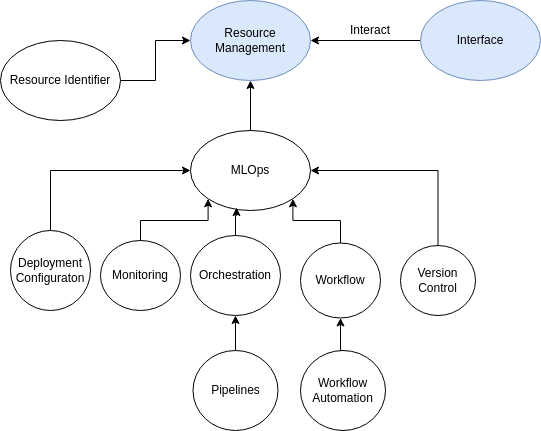
The draw.io diagram thematic_analysis/diagrams/exports/ResourceManagement.drawio.png in ruizsalvat/Master-Project-Information-Sciences, before a commit. Source tidied: cells renumbered, new cells last; positions are measured from the earlier drawing's top-left corner, leaving out a move shared by most shapes. The source it was exported from:
```xml
<mxGraphModel>
  <root>
    <mxCell id="0" />
    <mxCell id="1" parent="0" />
    <mxCell id="2" value="Resource Management" style="ellipse;whiteSpace=wrap;html=1;fillColor=#dae8fc;strokeColor=#6c8ebf;" parent="1" vertex="1">
      <mxGeometry x="190" width="120" height="80" as="geometry" />
    </mxCell>
    <mxCell id="3" style="edgeStyle=orthogonalEdgeStyle;rounded=0;jettySize=auto;html=1;entryX=0.5;entryY=1;entryDx=0;entryDy=0;exitX=0.5;exitY=0;exitDx=0;exitDy=0;" parent="1" edge="1" source="4" target="2">
      <mxGeometry relative="1" as="geometry" />
    </mxCell>
    <mxCell id="4" value="MLOps" style="ellipse;whiteSpace=wrap;html=1;" parent="1" vertex="1">
      <mxGeometry x="190" y="130" width="120" height="80" as="geometry" />
    </mxCell>
    <mxCell id="5" style="edgeStyle=orthogonalEdgeStyle;rounded=0;jettySize=auto;html=1;entryX=0;entryY=0.5;entryDx=0;entryDy=0;" parent="1" edge="1" source="6" target="2">
      <mxGeometry relative="1" as="geometry" />
    </mxCell>
    <mxCell id="6" value="Resource Identifier" style="ellipse;whiteSpace=wrap;html=1;" parent="1" vertex="1">
      <mxGeometry y="40" width="120" height="80" as="geometry" />
    </mxCell>
    <mxCell id="7" style="edgeStyle=orthogonalEdgeStyle;rounded=0;jettySize=auto;html=1;entryX=0;entryY=1;entryDx=0;entryDy=0;" parent="1" edge="1" source="8" target="4">
      <mxGeometry relative="1" as="geometry">
        <Array as="points">
          <mxPoint x="140" y="220" />
          <mxPoint x="208" y="220" />
        </Array>
      </mxGeometry>
    </mxCell>
    <mxCell id="8" value="Monitoring" style="ellipse;whiteSpace=wrap;html=1;" parent="1" vertex="1">
      <mxGeometry x="100" y="240" width="80" height="70" as="geometry" />
    </mxCell>
    <mxCell id="9" style="edgeStyle=orthogonalEdgeStyle;rounded=0;jettySize=auto;html=1;entryX=1;entryY=0.5;entryDx=0;entryDy=0;exitX=0.5;exitY=0;exitDx=0;exitDy=0;" parent="1" edge="1" source="10" target="4">
      <mxGeometry relative="1" as="geometry">
        <Array as="points">
          <mxPoint x="438" y="170" />
        </Array>
      </mxGeometry>
    </mxCell>
    <mxCell id="10" value="Version Control" style="ellipse;whiteSpace=wrap;html=1;" parent="1" vertex="1">
      <mxGeometry x="400" y="245" width="75" height="70" as="geometry" />
    </mxCell>
    <mxCell id="11" value="Orchestration" style="ellipse;whiteSpace=wrap;html=1;" parent="1" vertex="1">
      <mxGeometry x="190" y="235" width="90" height="80" as="geometry" />
    </mxCell>
    <mxCell id="12" style="edgeStyle=orthogonalEdgeStyle;rounded=0;jettySize=auto;html=1;exitX=0.5;exitY=0;exitDx=0;exitDy=0;entryX=0.5;entryY=1;entryDx=0;entryDy=0;" parent="1" edge="1" source="13" target="11">
      <mxGeometry relative="1" as="geometry" />
    </mxCell>
    <mxCell id="13" value="Pipelines" style="ellipse;whiteSpace=wrap;html=1;" parent="1" vertex="1">
      <mxGeometry x="192.5" y="350" width="85" height="80" as="geometry" />
    </mxCell>
    <mxCell id="14" style="edgeStyle=orthogonalEdgeStyle;rounded=0;jettySize=auto;html=1;entryX=1;entryY=1;entryDx=0;entryDy=0;" parent="1" edge="1" source="15" target="4">
      <mxGeometry relative="1" as="geometry">
        <Array as="points">
          <mxPoint x="340" y="220" />
          <mxPoint x="292" y="220" />
        </Array>
      </mxGeometry>
    </mxCell>
    <mxCell id="15" value="Workflow" style="ellipse;whiteSpace=wrap;html=1;" parent="1" vertex="1">
      <mxGeometry x="300" y="242.5" width="80" height="75" as="geometry" />
    </mxCell>
    <mxCell id="16" style="edgeStyle=orthogonalEdgeStyle;rounded=0;jettySize=auto;html=1;exitX=0.5;exitY=0;exitDx=0;exitDy=0;entryX=0;entryY=0.5;entryDx=0;entryDy=0;" parent="1" edge="1" source="17" target="4">
      <mxGeometry relative="1" as="geometry" />
    </mxCell>
    <mxCell id="17" value="Deployment Configuraton" style="ellipse;whiteSpace=wrap;html=1;" parent="1" vertex="1">
      <mxGeometry x="10" y="230" width="80" height="80" as="geometry" />
    </mxCell>
    <mxCell id="18" style="edgeStyle=orthogonalEdgeStyle;rounded=0;jettySize=auto;html=1;exitX=0.5;exitY=0;exitDx=0;exitDy=0;entryX=0.5;entryY=1;entryDx=0;entryDy=0;" parent="1" edge="1" source="19" target="15">
      <mxGeometry relative="1" as="geometry" />
    </mxCell>
    <mxCell id="19" value="Workflow Automation" style="ellipse;whiteSpace=wrap;html=1;" parent="1" vertex="1">
      <mxGeometry x="300" y="350" width="85" height="80" as="geometry" />
    </mxCell>
    <mxCell id="20" style="edgeStyle=orthogonalEdgeStyle;rounded=0;jettySize=auto;html=1;entryX=0.383;entryY=0.963;entryDx=0;entryDy=0;entryPerimeter=0;" parent="1" edge="1" source="11" target="4">
      <mxGeometry relative="1" as="geometry" />
    </mxCell>
    <mxCell id="21" style="edgeStyle=orthogonalEdgeStyle;rounded=0;jettySize=auto;html=1;entryX=1;entryY=0.5;entryDx=0;entryDy=0;" parent="1" edge="1" source="22" target="2">
      <mxGeometry relative="1" as="geometry" />
    </mxCell>
    <mxCell id="22" value="Interface" style="ellipse;whiteSpace=wrap;html=1;fillColor=#dae8fc;strokeColor=#6c8ebf;" parent="1" vertex="1">
      <mxGeometry x="420" width="120" height="80" as="geometry" />
    </mxCell>
    <mxCell id="23" value="Interact" style="text;html=1;align=center;verticalAlign=middle;whiteSpace=wrap;rounded=0;" parent="1" vertex="1">
      <mxGeometry x="340" y="15" width="60" height="30" as="geometry" />
    </mxCell>
  </root>
</mxGraphModel>
```
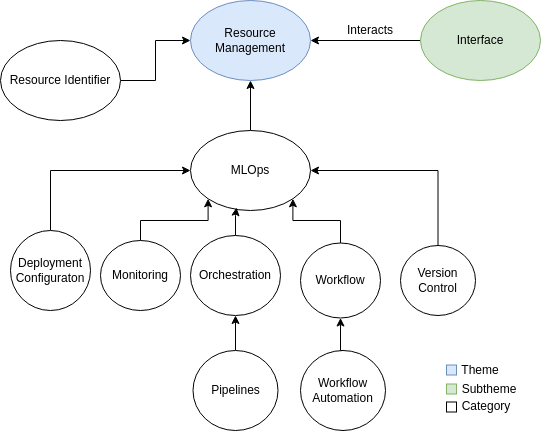
Above is the later version.

Change to the diagram source:
```diff
@@ -76,11 +76,29 @@
     <mxCell id="21" style="edgeStyle=orthogonalEdgeStyle;rounded=0;jettySize=auto;html=1;entryX=1;entryY=0.5;entryDx=0;entryDy=0;" parent="1" edge="1" source="22" target="2">
       <mxGeometry relative="1" as="geometry" />
     </mxCell>
-    <mxCell id="22" value="Interface" style="ellipse;whiteSpace=wrap;html=1;fillColor=#dae8fc;strokeColor=#6c8ebf;" parent="1" vertex="1">
+    <mxCell id="22" value="Interface" style="ellipse;whiteSpace=wrap;html=1;fillColor=#d5e8d4;strokeColor=#82b366;" parent="1" vertex="1">
       <mxGeometry x="420" width="120" height="80" as="geometry" />
     </mxCell>
-    <mxCell id="23" value="Interact" style="text;html=1;align=center;verticalAlign=middle;whiteSpace=wrap;rounded=0;" parent="1" vertex="1">
+    <mxCell id="23" value="Interacts" style="text;html=1;align=center;verticalAlign=middle;whiteSpace=wrap;rounded=0;" parent="1" vertex="1">
       <mxGeometry x="340" y="15" width="60" height="30" as="geometry" />
     </mxCell>
+    <mxCell id="24" style="rounded=0;whiteSpace=wrap;html=1;fillColor=#dae8fc;strokeColor=#6c8ebf;" parent="1" vertex="1">
+      <mxGeometry x="446" y="364.5" width="10" height="10" as="geometry" />
+    </mxCell>
+    <mxCell id="25" style="rounded=0;whiteSpace=wrap;html=1;fillColor=#d5e8d4;strokeColor=#82b366;" parent="1" vertex="1">
+      <mxGeometry x="446" y="383.5" width="10" height="10" as="geometry" />
+    </mxCell>
+    <mxCell id="26" value="Theme" style="text;html=1;align=center;verticalAlign=middle;whiteSpace=wrap;rounded=0;" parent="1" vertex="1">
+      <mxGeometry x="455" y="360" width="50" height="19" as="geometry" />
+    </mxCell>
+    <mxCell id="27" value="Subtheme" style="text;html=1;align=center;verticalAlign=middle;whiteSpace=wrap;rounded=0;" parent="1" vertex="1">
+      <mxGeometry x="464" y="379" width="50" height="19" as="geometry" />
+    </mxCell>
+    <mxCell id="28" style="rounded=0;whiteSpace=wrap;html=1;" parent="1" vertex="1">
+      <mxGeometry x="446" y="401.5" width="10" height="10" as="geometry" />
+    </mxCell>
+    <mxCell id="29" value="Category" style="text;html=1;align=center;verticalAlign=middle;whiteSpace=wrap;rounded=0;" parent="1" vertex="1">
+      <mxGeometry x="461" y="397" width="50" height="19" as="geometry" />
+    </mxCell>
   </root>
 </mxGraphModel>
```
